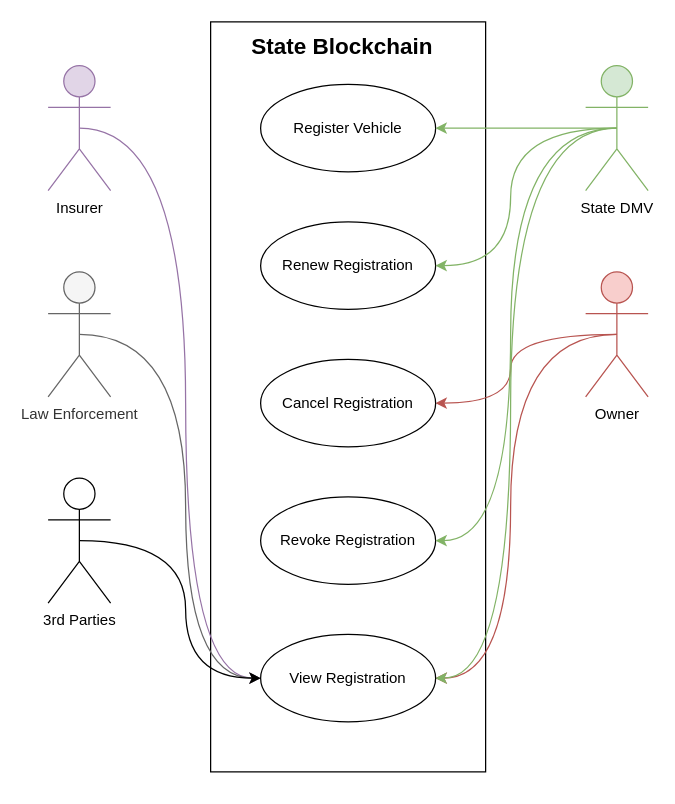
This is architecture/diagrams/Registration _FINALIZED_ Use Case Diagram v2.drawio from i-am-andrew-hetzler/dissertation, a draw.io file, before an edit. Source tidied: cells renumbered, new cells numbered last; positions are measured from the earlier drawing's top-left corner, leaving out a move shared by most shapes. Both pictures are drawn from the tidied source at 125%, with x=0, y=0 at pixel (48, 21).
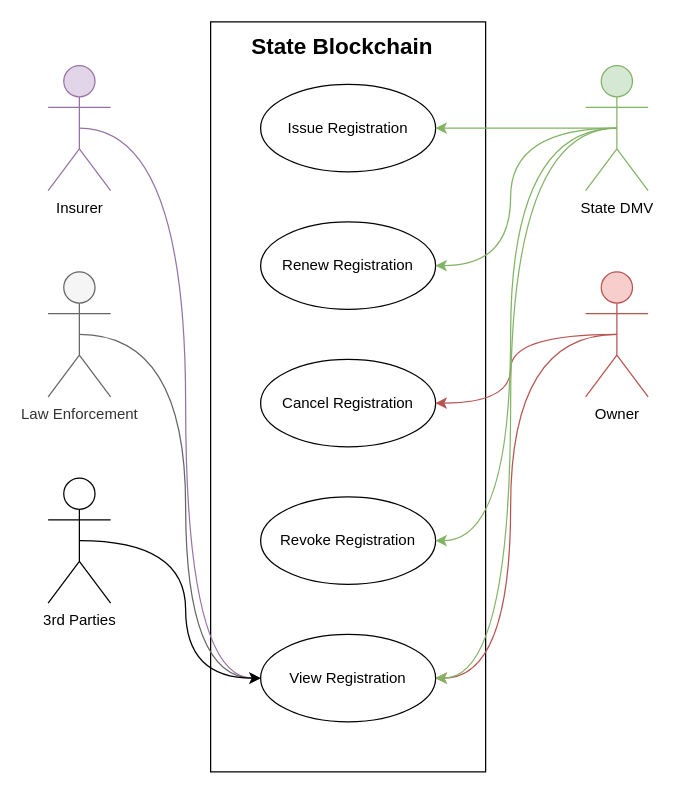
Above is the later version.

Commit message:
Andrew | Made a slight change to registration diagram.

What changed in the source:
```diff
@@
-    <mxCell id="9" value="Register Vehicle" style="ellipse;html=1;whiteSpace=wrap;" parent="1" vertex="1">
+    <mxCell id="9" value="Issue Registration" style="ellipse;html=1;whiteSpace=wrap;" parent="1" vertex="1">
       <mxGeometry x="170" y="50" width="140" height="70" as="geometry" />
     </mxCell>
```
